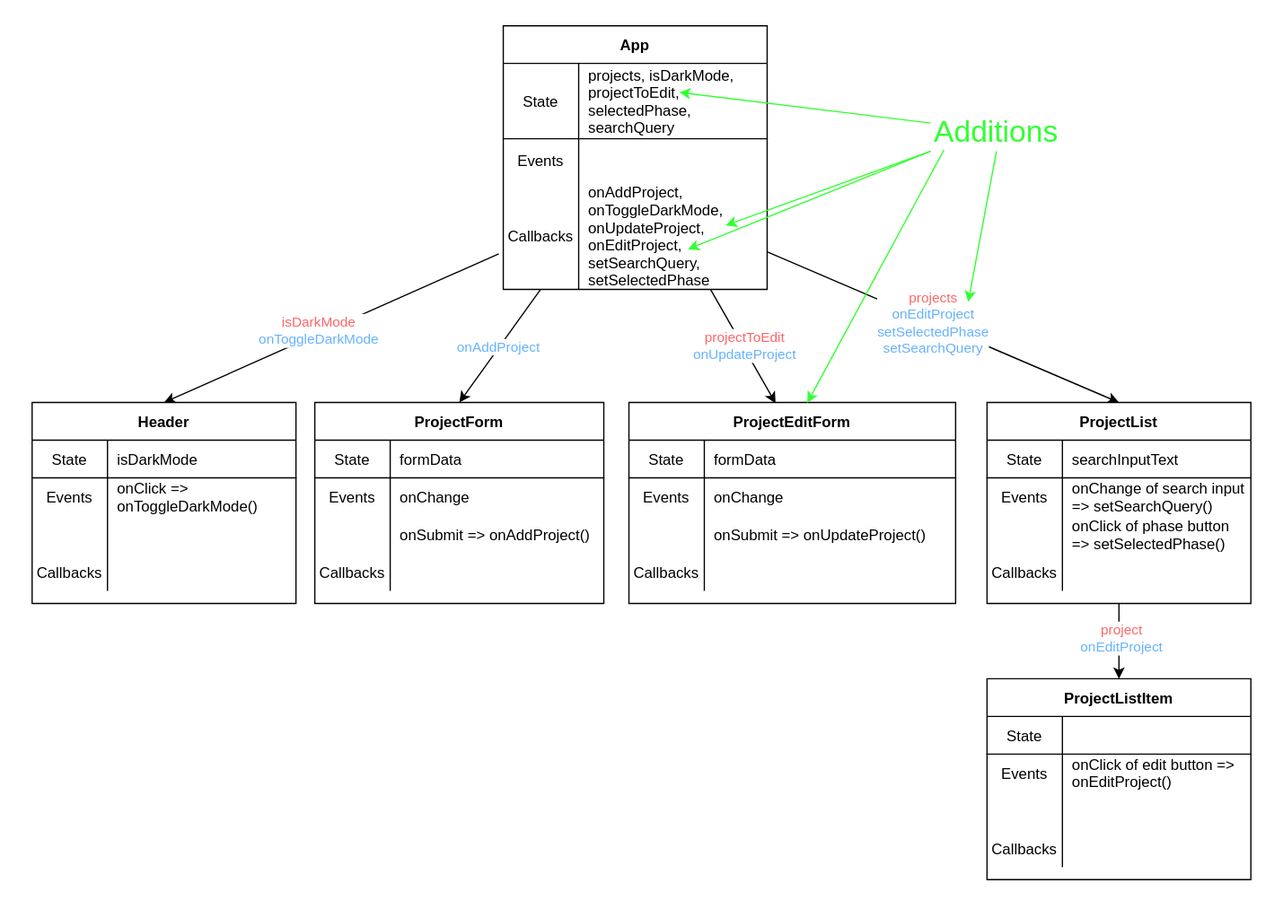
The draw.io diagram 06_PATCH_DELETE/assets/component-hierarchy-with-data-flow.drawio.svg in learn-co-students/SENG-LIVE-071822-Phase-2, before a commit. Source tidied: cells renumbered, new cells last; positions are measured from the earlier drawing's top-left corner, leaving out a move shared by most shapes.
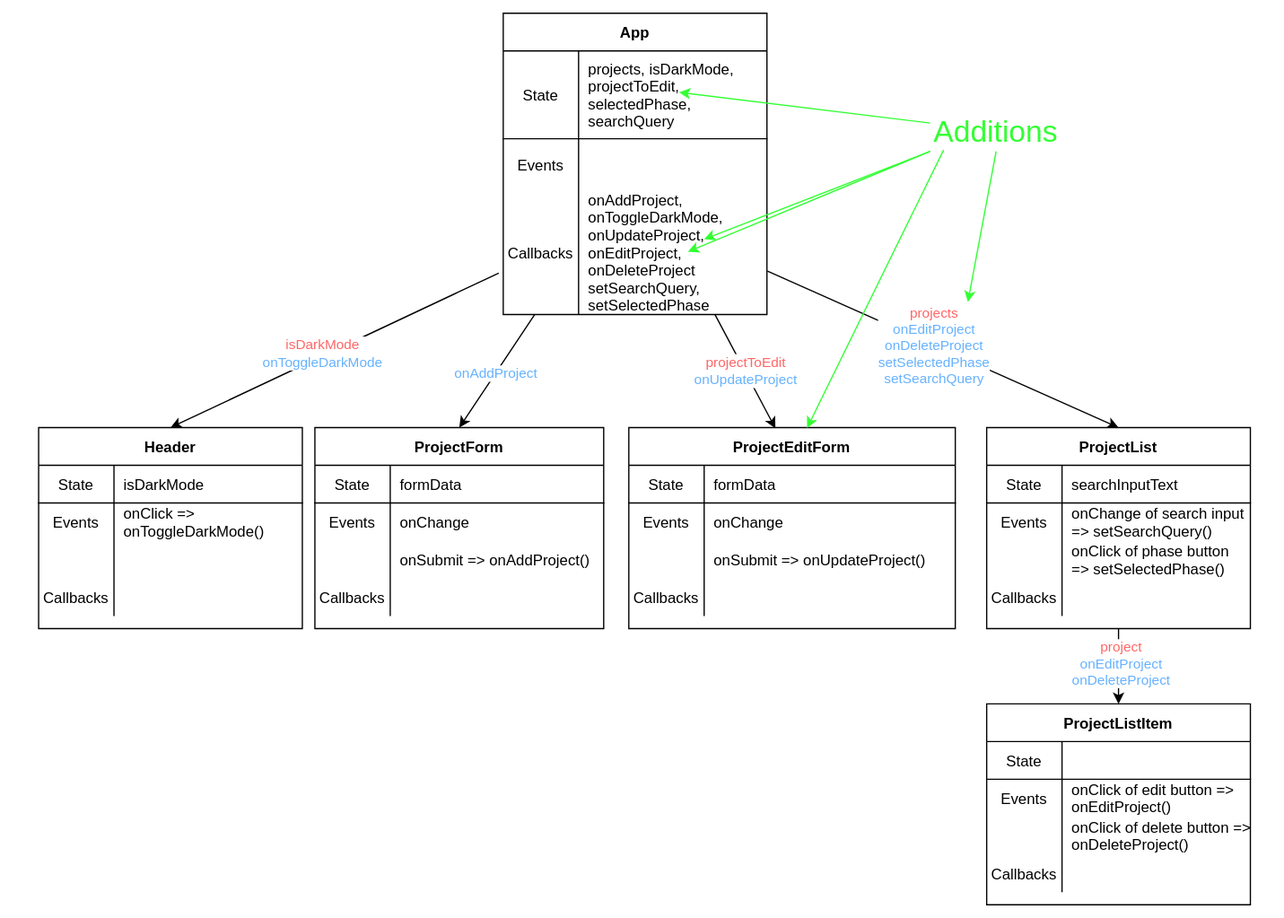
After the change.

Diff of the diagram source:
```diff
@@ -20,7 +20,7 @@
     <mxCell id="7" style="edgeStyle=none;html=1;exitX=1.002;exitY=0.65;exitDx=0;exitDy=0;exitPerimeter=0;entryX=0.5;entryY=0;entryDx=0;entryDy=0;" parent="1" edge="1" source="19" target="50">
       <mxGeometry relative="1" as="geometry" />
     </mxCell>
-    <mxCell id="8" value="&lt;font color=&quot;#ff6666&quot;&gt;projects&lt;/font&gt;&lt;br&gt;&lt;font color=&quot;#66b2ff&quot;&gt;onEditProject&lt;br&gt;setSelectedPhase&lt;/font&gt;&lt;br&gt;&lt;font color=&quot;#66b2ff&quot;&gt;setSearchQuery&lt;/font&gt;" style="edgeLabel;html=1;align=center;verticalAlign=middle;" parent="7" vertex="1">
+    <mxCell id="8" value="&lt;font color=&quot;#ff6666&quot;&gt;projects&lt;/font&gt;&lt;br&gt;&lt;font color=&quot;#66b2ff&quot;&gt;onEditProject&lt;br&gt;onDeleteProject&lt;br&gt;setSelectedPhase&lt;/font&gt;&lt;br&gt;&lt;font color=&quot;#66b2ff&quot;&gt;setSearchQuery&lt;/font&gt;" style="edgeLabel;html=1;align=center;verticalAlign=middle;" parent="7" vertex="1">
       <mxGeometry x="-0.06" relative="1" as="geometry" />
     </mxCell>
     <mxCell id="9" style="edgeStyle=none;html=1;fontColor=#66B2FF;entryX=0.449;entryY=0.004;entryDx=0;entryDy=0;entryPerimeter=0;" parent="1" edge="1" source="11" target="76">
@@ -32,40 +32,40 @@
       </mxGeometry>
     </mxCell>
     <mxCell id="11" value="App" style="shape=table;startSize=30;rowLines=0;fontStyle=1;align=center;" parent="1" vertex="1">
-      <mxGeometry x="400" y="20" width="210" height="210" as="geometry" />
+      <mxGeometry x="400" y="10" width="210" height="240" as="geometry" />
     </mxCell>
     <mxCell id="12" style="shape=partialRectangle;fillColor=none;top=0;left=0;bottom=0;right=0;" parent="11" vertex="1">
-      <mxGeometry y="30" width="210" height="31" as="geometry" />
+      <mxGeometry y="30" width="210" height="36" as="geometry" />
     </mxCell>
     <mxCell id="13" value="State" style="shape=partialRectangle;fillColor=none;top=0;left=0;bottom=1;right=0;fontStyle=0;overflow=hidden;colspan=1;rowspan=2;" parent="12" vertex="1">
-      <mxGeometry width="60" height="60" as="geometry" />
+      <mxGeometry width="60" height="70" as="geometry" />
     </mxCell>
     <mxCell id="14" value="projects, isDarkMode, &#10;projectToEdit,&#10;selectedPhase, &#10;searchQuery" style="shape=partialRectangle;fillColor=none;top=0;left=0;bottom=1;right=0;align=left;spacingLeft=6;fontStyle=0;overflow=visible;strokeColor=default;rowspan=2;" parent="12" vertex="1">
-      <mxGeometry x="60" width="150" height="60" as="geometry" />
+      <mxGeometry x="60" width="150" height="70" as="geometry" />
     </mxCell>
     <mxCell id="15" style="shape=partialRectangle;fillColor=none;top=0;left=0;bottom=0;right=0;" parent="11" vertex="1">
-      <mxGeometry y="61" width="210" height="29" as="geometry" />
+      <mxGeometry y="66" width="210" height="34" as="geometry" />
     </mxCell>
     <mxCell id="16" style="shape=partialRectangle;fillColor=none;top=0;left=0;bottom=0;right=0;" parent="11" vertex="1">
-      <mxGeometry y="90" width="210" height="35" as="geometry" />
+      <mxGeometry y="100" width="210" height="41" as="geometry" />
     </mxCell>
     <mxCell id="17" value="Events" style="shape=partialRectangle;fillColor=none;top=0;left=0;bottom=0;right=0;overflow=hidden;" parent="16" vertex="1">
-      <mxGeometry width="60" height="35" as="geometry" />
+      <mxGeometry width="60" height="41" as="geometry" />
     </mxCell>
     <mxCell id="18" style="shape=partialRectangle;fillColor=none;top=0;left=0;bottom=0;right=0;align=left;spacingLeft=6;overflow=hidden;" parent="16" vertex="1">
-      <mxGeometry x="60" width="150" height="35" as="geometry" />
+      <mxGeometry x="60" width="150" height="41" as="geometry" />
     </mxCell>
     <mxCell id="19" style="shape=partialRectangle;fillColor=none;top=0;left=0;bottom=0;right=0;points=[[0,0.5],[1,0.5]];portConstraint=eastwest;" parent="11" vertex="1">
-      <mxGeometry y="125" width="210" height="85" as="geometry" />
+      <mxGeometry y="141" width="210" height="99" as="geometry" />
     </mxCell>
     <mxCell id="20" value="Callbacks" style="shape=partialRectangle;fillColor=none;top=0;left=0;bottom=0;right=0;overflow=hidden;rowspan=3;" parent="19" vertex="1">
-      <mxGeometry width="60" height="85" as="geometry" />
+      <mxGeometry width="60" height="99" as="geometry" />
     </mxCell>
-    <mxCell id="21" value="onAddProject, &#10;onToggleDarkMode,&#10;onUpdateProject,&#10;onEditProject,&#10;setSearchQuery,&#10;setSelectedPhase" style="shape=partialRectangle;fillColor=none;top=0;left=0;bottom=0;right=0;align=left;spacingLeft=6;overflow=visible;rowspan=2;" parent="19" vertex="1">
-      <mxGeometry x="60" width="150" height="85" as="geometry" />
+    <mxCell id="21" value="onAddProject, &#10;onToggleDarkMode,&#10;onUpdateProject,&#10;onEditProject,&#10;onDeleteProject&#10;setSearchQuery,&#10;setSelectedPhase" style="shape=partialRectangle;fillColor=none;top=0;left=0;bottom=0;right=0;align=left;spacingLeft=6;overflow=visible;rowspan=2;" parent="19" vertex="1">
+      <mxGeometry x="60" width="150" height="99" as="geometry" />
     </mxCell>
     <mxCell id="22" value="Header" style="shape=table;startSize=30;rowLines=0;fontStyle=1;align=center;" parent="1" vertex="1">
-      <mxGeometry x="25" y="320" width="210" height="160" as="geometry" />
+      <mxGeometry x="30" y="340" width="210" height="160" as="geometry" />
     </mxCell>
     <mxCell id="23" style="shape=partialRectangle;fillColor=none;top=0;left=0;bottom=1;right=0;" parent="22" vertex="1">
       <mxGeometry y="30" width="210" height="30" as="geometry" />
@@ -104,7 +104,7 @@
       <mxGeometry x="60" width="150" height="30" as="geometry" />
     </mxCell>
     <mxCell id="35" value="ProjectForm" style="shape=table;startSize=30;rowLines=0;fontStyle=1;align=center;" parent="1" vertex="1">
-      <mxGeometry x="250" y="320" width="230" height="160" as="geometry" />
+      <mxGeometry x="250" y="340" width="230" height="160" as="geometry" />
     </mxCell>
     <mxCell id="36" style="shape=partialRectangle;fillColor=none;top=0;left=0;bottom=1;right=0;" parent="35" vertex="1">
       <mxGeometry y="30" width="230" height="30" as="geometry" />
@@ -145,11 +145,11 @@
     <mxCell id="48" style="edgeStyle=none;html=1;" parent="1" edge="1" source="50" target="63">
       <mxGeometry relative="1" as="geometry" />
     </mxCell>
-    <mxCell id="49" value="&lt;font color=&quot;#ff6666&quot;&gt;project&lt;/font&gt;&lt;br&gt;&lt;font color=&quot;#66b2ff&quot;&gt;onEditProject&lt;/font&gt;" style="edgeLabel;html=1;align=center;verticalAlign=middle;" parent="48" vertex="1">
+    <mxCell id="49" value="&lt;font color=&quot;#ff6666&quot;&gt;project&lt;/font&gt;&lt;br&gt;&lt;font color=&quot;#66b2ff&quot;&gt;onEditProject&lt;br&gt;onDeleteProject&lt;br&gt;&lt;/font&gt;" style="edgeLabel;html=1;align=center;verticalAlign=middle;" parent="48" vertex="1">
       <mxGeometry x="-0.12" y="1" relative="1" as="geometry" />
     </mxCell>
     <mxCell id="50" value="ProjectList" style="shape=table;startSize=30;rowLines=0;fontStyle=1;align=center;" parent="1" vertex="1">
-      <mxGeometry x="785" y="320" width="210" height="160" as="geometry" />
+      <mxGeometry x="785" y="340" width="210" height="160" as="geometry" />
     </mxCell>
     <mxCell id="51" style="shape=partialRectangle;fillColor=none;top=0;left=0;bottom=1;right=0;" parent="50" vertex="1">
       <mxGeometry y="30" width="210" height="30" as="geometry" />
@@ -188,7 +188,7 @@
       <mxGeometry x="60" width="150" height="30" as="geometry" />
     </mxCell>
     <mxCell id="63" value="ProjectListItem" style="shape=table;startSize=30;rowLines=0;fontStyle=1;align=center;" parent="1" vertex="1">
-      <mxGeometry x="785" y="540" width="210" height="160" as="geometry" />
+      <mxGeometry x="785" y="560" width="210" height="160" as="geometry" />
     </mxCell>
     <mxCell id="64" style="shape=partialRectangle;fillColor=none;top=0;left=0;bottom=1;right=0;" parent="63" vertex="1">
       <mxGeometry y="30" width="210" height="30" as="geometry" />
@@ -214,7 +214,7 @@
     <mxCell id="71" style="shape=partialRectangle;fillColor=none;top=0;left=0;bottom=0;right=0;overflow=hidden;" parent="70" vertex="1">
       <mxGeometry width="60" height="30" as="geometry" />
     </mxCell>
-    <mxCell id="72" style="shape=partialRectangle;fillColor=none;top=0;left=0;bottom=0;right=0;align=left;spacingLeft=6;overflow=hidden;" parent="70" vertex="1">
+    <mxCell id="72" value="onClick of delete button =&gt; &#10;onDeleteProject()" style="shape=partialRectangle;fillColor=none;top=0;left=0;bottom=0;right=0;align=left;spacingLeft=6;overflow=hidden;" parent="70" vertex="1">
       <mxGeometry x="60" width="150" height="30" as="geometry" />
     </mxCell>
     <mxCell id="73" style="shape=partialRectangle;fillColor=none;top=0;left=0;bottom=0;right=0;" parent="63" vertex="1">
@@ -227,7 +227,7 @@
       <mxGeometry x="60" width="150" height="30" as="geometry" />
     </mxCell>
     <mxCell id="76" value="ProjectEditForm" style="shape=table;startSize=30;rowLines=0;fontStyle=1;align=center;" parent="1" vertex="1">
-      <mxGeometry x="500" y="320" width="260" height="160" as="geometry" />
+      <mxGeometry x="500" y="340" width="260" height="160" as="geometry" />
     </mxCell>
     <mxCell id="77" style="shape=partialRectangle;fillColor=none;top=0;left=0;bottom=1;right=0;" parent="76" vertex="1">
       <mxGeometry y="30" width="260" height="30" as="geometry" />
@@ -275,12 +275,12 @@
     </mxCell>
     <mxCell id="91" style="endArrow=classic;html=1;fontSize=17;fontColor=#33FF33;strokeColor=#33FF33;exitX=0;exitY=1;exitDx=0;exitDy=0;" parent="1" edge="1" source="89">
       <mxGeometry relative="1" as="geometry">
-        <mxPoint x="577" y="179" as="targetPoint" />
+        <mxPoint x="560" y="190" as="targetPoint" />
       </mxGeometry>
     </mxCell>
     <mxCell id="92" style="endArrow=classic;html=1;fontSize=17;fontColor=#33FF33;strokeColor=#33FF33;exitX=0;exitY=1;exitDx=0;exitDy=0;" parent="1" edge="1" source="89">
       <mxGeometry relative="1" as="geometry">
-        <mxPoint x="547" y="198" as="targetPoint" />
+        <mxPoint x="547" y="200" as="targetPoint" />
       </mxGeometry>
     </mxCell>
     <mxCell id="93" style="endArrow=classic;html=1;fontSize=24;fontColor=#33FF33;strokeColor=#33FF33;exitX=0.102;exitY=0.964;exitDx=0;exitDy=0;exitPerimeter=0;entryX=0.546;entryY=0.002;entryDx=0;entryDy=0;entryPerimeter=0;" parent="1" edge="1" source="89" target="76">
```
